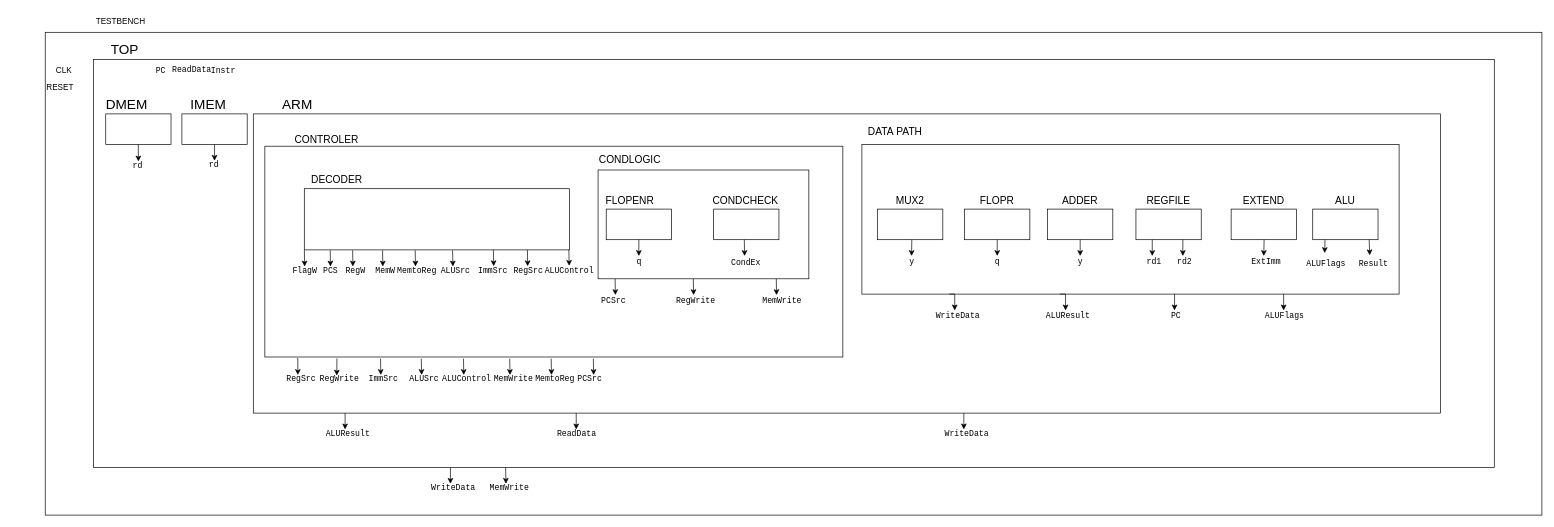
Lucas2408/ACSE keeps this draw.io diagram as ACSE.drawio. Above is the earlier version. Source tidied: cells renumbered, new cells numbered last; positions are measured from the earlier drawing's top-left corner, leaving out a move shared by most shapes. Both pictures are drawn from the tidied source at 68%, with x=0, y=0 at pixel (45, 12).
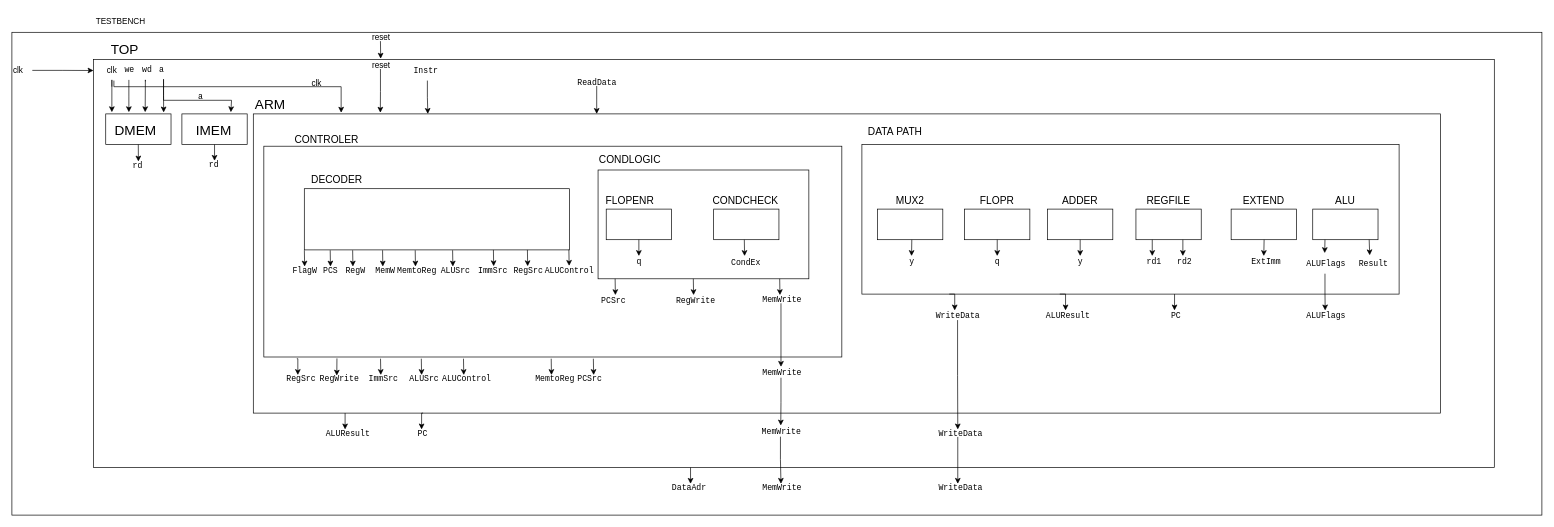
The same page after the edit.

Unchanged cells that the change refers to:
```xml
<mxCell id="3" style="rounded=0;whiteSpace=wrap;html=1;" parent="1" vertex="1">
  <mxGeometry x="71" y="70" width="2060" height="600" as="geometry" />
</mxCell>
<mxCell id="8" style="rounded=0;whiteSpace=wrap;html=1;" parent="1" vertex="1">
  <mxGeometry x="306" y="150" width="1746" height="440" as="geometry" />
</mxCell>
<mxCell id="19" style="rounded=0;whiteSpace=wrap;html=1;" parent="1" vertex="1">
  <mxGeometry x="1201" y="195" width="790" height="220" as="geometry" />
</mxCell>
<mxCell id="117" value="&lt;code&gt;WriteData&lt;/code&gt;" style="text;html=1;align=left;verticalAlign=middle;whiteSpace=wrap;rounded=0;" parent="1" vertex="1">
  <mxGeometry x="1307.5" y="439" width="60" height="16" as="geometry" />
</mxCell>
```

The edit, as a diff of the source:
```diff
@@
     <mxCell id="2" style="rounded=0;whiteSpace=wrap;html=1;align=left;" parent="1" vertex="1">
-      <mxGeometry y="30" width="2201" height="710" as="geometry" />
+      <mxGeometry x="-49" y="30" width="2250" height="710" as="geometry" />
     </mxCell>
@@
-    <mxCell id="5" value="CLK" style="text;html=1;align=left;verticalAlign=middle;whiteSpace=wrap;rounded=0;" parent="1" vertex="1">
-      <mxGeometry x="14" y="71" width="30" height="30" as="geometry" />
+    <mxCell id="5" value="clk" style="text;html=1;align=left;verticalAlign=middle;whiteSpace=wrap;rounded=0;" parent="1" vertex="1">
+      <mxGeometry x="-49" y="71" width="30" height="30" as="geometry" />
     </mxCell>
@@
-    <mxCell id="7" value="RESET" style="text;html=1;align=left;verticalAlign=middle;whiteSpace=wrap;rounded=0;" parent="1" vertex="1">
-      <mxGeometry y="96" width="44" height="30" as="geometry" />
+    <mxCell id="7" value="reset" style="text;html=1;align=left;verticalAlign=middle;whiteSpace=wrap;rounded=0;" parent="1" vertex="1">
+      <mxGeometry x="479" y="33" width="28" height="10" as="geometry" />
     </mxCell>
@@
-    <mxCell id="11" value="&lt;code&gt;PC&lt;/code&gt;" style="text;html=1;align=left;verticalAlign=middle;whiteSpace=wrap;rounded=0;" parent="1" vertex="1">
-      <mxGeometry x="161" y="71" width="30" height="30" as="geometry" />
-    </mxCell>
     <mxCell id="12" value="&lt;span style=&quot;font-family: monospace;&quot;&gt;Instr&lt;/span&gt;" style="text;html=1;align=left;verticalAlign=middle;whiteSpace=wrap;rounded=0;" parent="1" vertex="1">
-      <mxGeometry x="242" y="71" width="44" height="30" as="geometry" />
+      <mxGeometry x="540" y="71" width="44" height="30" as="geometry" />
     </mxCell>
+    <mxCell id="123" style="edgeStyle=orthogonalEdgeStyle;rounded=0;jettySize=auto;html=1;entryX=0.25;entryY=0;entryDx=0;entryDy=0;exitX=0.5;exitY=1;exitDx=0;exitDy=0;" parent="1" edge="1" source="13">
+      <mxGeometry relative="1" as="geometry">
+        <mxPoint x="123" y="147.5" as="targetPoint" />
+      </mxGeometry>
+    </mxCell>
-    <mxCell id="13" value="&lt;code&gt;ReadData&lt;/code&gt;" style="text;html=1;align=left;verticalAlign=middle;whiteSpace=wrap;rounded=0;" parent="1" vertex="1">
-      <mxGeometry x="185" y="70" width="44" height="30" as="geometry" />
+    <mxCell id="13" value="&lt;code&gt;we&lt;/code&gt;" style="text;html=1;align=left;verticalAlign=middle;whiteSpace=wrap;rounded=0;" parent="1" vertex="1">
+      <mxGeometry x="115" y="70" width="16" height="30" as="geometry" />
     </mxCell>
     <mxCell id="14" value="DMEM" style="text;html=1;align=center;verticalAlign=middle;whiteSpace=wrap;rounded=0;fontSize=20;" parent="1" vertex="1">
-      <mxGeometry x="71" y="110" width="98" height="50" as="geometry" />
+      <mxGeometry x="81" y="147.5" width="104" height="50" as="geometry" />
     </mxCell>
     <mxCell id="15" value="IMEM" style="text;html=1;align=center;verticalAlign=middle;whiteSpace=wrap;rounded=0;fontSize=20;" parent="1" vertex="1">
-      <mxGeometry x="191" y="110" width="98" height="50" as="geometry" />
+      <mxGeometry x="199" y="147.5" width="98" height="50" as="geometry" />
     </mxCell>
     <mxCell id="16" value="ARM" style="text;html=1;align=center;verticalAlign=middle;whiteSpace=wrap;rounded=0;fontSize=20;" parent="1" vertex="1">
-      <mxGeometry x="321.5" y="110" width="98" height="50" as="geometry" />
+      <mxGeometry x="281.5" y="110" width="98" height="50" as="geometry" />
     </mxCell>
     <mxCell id="17" style="rounded=0;whiteSpace=wrap;html=1;" parent="1" vertex="1">
-      <mxGeometry x="323" y="197.5" width="850" height="310" as="geometry" />
+      <mxGeometry x="321.5" y="197.5" width="850" height="310" as="geometry" />
     </mxCell>
@@
+    <mxCell id="124" style="edgeStyle=orthogonalEdgeStyle;rounded=0;jettySize=auto;html=1;" parent="1" edge="1" source="41" target="111">
+      <mxGeometry relative="1" as="geometry" />
+    </mxCell>
     <mxCell id="41" value="&lt;code&gt;ALUFlags&lt;/code&gt;" style="text;html=1;align=left;verticalAlign=middle;whiteSpace=wrap;rounded=0;" parent="1" vertex="1">
-      <mxGeometry x="1853" y="355" width="30" height="30" as="geometry" />
+      <mxGeometry x="1853" y="355" width="58" height="30" as="geometry" />
     </mxCell>
@@
     <mxCell id="65" value="&lt;code&gt;WriteData&lt;/code&gt;" style="text;html=1;align=left;verticalAlign=middle;whiteSpace=wrap;rounded=0;" parent="1" vertex="1">
-      <mxGeometry x="1321" y="614" width="60" height="11" as="geometry" />
+      <mxGeometry x="1312" y="614" width="60" height="11" as="geometry" />
     </mxCell>
-    <mxCell id="66" style="edgeStyle=orthogonalEdgeStyle;rounded=0;orthogonalLoop=1;jettySize=auto;html=1;entryX=0.5;entryY=0;entryDx=0;entryDy=0;" parent="1" edge="1">
-      <mxGeometry relative="1" as="geometry">
-        <mxPoint x="1350.9" y="590" as="sourcePoint" />
-        <mxPoint x="1350.9" y="614" as="targetPoint" />
-      </mxGeometry>
+    <mxCell id="66" style="edgeStyle=orthogonalEdgeStyle;rounded=0;jettySize=auto;html=1;exitX=0.57;exitY=0.888;exitDx=0;exitDy=0;exitPerimeter=0;" parent="1" edge="1" source="117" target="65">
+      <mxGeometry relative="1" as="geometry" />
     </mxCell>
-    <mxCell id="67" style="edgeStyle=orthogonalEdgeStyle;rounded=0;orthogonalLoop=1;jettySize=auto;html=1;entryX=0.5;entryY=0;entryDx=0;entryDy=0;" parent="1" edge="1">
-      <mxGeometry relative="1" as="geometry">
-        <mxPoint x="780.9" y="590" as="sourcePoint" />
-        <mxPoint x="780.9" y="614" as="targetPoint" />
-      </mxGeometry>
-    </mxCell>
-    <mxCell id="68" value="&lt;code&gt;ReadData&lt;/code&gt;" style="text;html=1;align=left;verticalAlign=middle;whiteSpace=wrap;rounded=0;" parent="1" vertex="1">
-      <mxGeometry x="751" y="614" width="60" height="11" as="geometry" />
-    </mxCell>
@@
     <mxCell id="79" value="&lt;code&gt;MemWrite&lt;/code&gt;" style="text;html=1;align=left;verticalAlign=middle;whiteSpace=wrap;rounded=0;" parent="1" vertex="1">
-      <mxGeometry x="658" y="534" width="58" height="11" as="geometry" />
+      <mxGeometry x="1053" y="522" width="58" height="16" as="geometry" />
     </mxCell>
-    <mxCell id="80" style="edgeStyle=orthogonalEdgeStyle;rounded=0;orthogonalLoop=1;jettySize=auto;html=1;exitX=0.486;exitY=1;exitDx=0;exitDy=0;exitPerimeter=0;" parent="1" edge="1">
-      <mxGeometry relative="1" as="geometry">
-        <mxPoint x="683.1" y="510" as="sourcePoint" />
-        <mxPoint x="683.5" y="534" as="targetPoint" />
-      </mxGeometry>
-    </mxCell>
@@
+    <mxCell id="125" style="edgeStyle=orthogonalEdgeStyle;rounded=0;jettySize=auto;html=1;" parent="1" edge="1" source="107" target="79">
+      <mxGeometry relative="1" as="geometry" />
+    </mxCell>
     <mxCell id="107" value="&lt;code&gt;MemWrite&lt;/code&gt;" style="text;html=1;align=left;verticalAlign=middle;whiteSpace=wrap;rounded=0;" parent="1" vertex="1">
-      <mxGeometry x="1053" y="419.5" width="40" height="11" as="geometry" />
+      <mxGeometry x="1053" y="417.5" width="58" height="11" as="geometry" />
     </mxCell>
     <mxCell id="108" style="edgeStyle=orthogonalEdgeStyle;rounded=0;orthogonalLoop=1;jettySize=auto;html=1;exitX=0.486;exitY=1;exitDx=0;exitDy=0;exitPerimeter=0;" parent="1" edge="1">
       <mxGeometry relative="1" as="geometry">
-        <mxPoint x="1075.1" y="392.5" as="sourcePoint" />
-        <mxPoint x="1075.5" y="416.5" as="targetPoint" />
+        <mxPoint x="1080.1" y="392.5" as="sourcePoint" />
+        <mxPoint x="1080.5" y="416.5" as="targetPoint" />
       </mxGeometry>
     </mxCell>
@@
     <mxCell id="111" value="&lt;code&gt;ALUFlags&lt;/code&gt;" style="text;html=1;align=left;verticalAlign=middle;whiteSpace=wrap;rounded=0;" parent="1" vertex="1">
-      <mxGeometry x="1791.5" y="439" width="59.5" height="16" as="geometry" />
+      <mxGeometry x="1852.5" y="439" width="59.5" height="16" as="geometry" />
     </mxCell>
-    <mxCell id="112" style="edgeStyle=orthogonalEdgeStyle;rounded=0;jettySize=auto;html=1;entryX=0.5;entryY=0;entryDx=0;entryDy=0;exitX=0.785;exitY=1;exitDx=0;exitDy=0;exitPerimeter=0;" parent="1" edge="1" source="19" target="111">
-      <mxGeometry relative="1" as="geometry" />
-    </mxCell>
@@
-    <mxCell id="119" style="edgeStyle=orthogonalEdgeStyle;rounded=0;orthogonalLoop=1;jettySize=auto;html=1;exitX=0.486;exitY=1;exitDx=0;exitDy=0;exitPerimeter=0;" parent="1" edge="1">
-      <mxGeometry relative="1" as="geometry">
-        <mxPoint x="677.1" y="670" as="sourcePoint" />
-        <mxPoint x="677.5" y="694" as="targetPoint" />
-      </mxGeometry>
-    </mxCell>
     <mxCell id="120" value="&lt;code&gt;MemWrite&lt;/code&gt;" style="text;html=1;align=left;verticalAlign=middle;whiteSpace=wrap;rounded=0;" parent="1" vertex="1">
-      <mxGeometry x="652" y="694" width="58" height="11" as="geometry" />
+      <mxGeometry x="1053" y="694" width="58" height="11" as="geometry" />
     </mxCell>
     <mxCell id="121" value="&lt;code&gt;WriteData&lt;/code&gt;" style="text;html=1;align=left;verticalAlign=middle;whiteSpace=wrap;rounded=0;" parent="1" vertex="1">
-      <mxGeometry x="566" y="694" width="60" height="11" as="geometry" />
+      <mxGeometry x="1312" y="694" width="60" height="11" as="geometry" />
     </mxCell>
-    <mxCell id="122" style="edgeStyle=orthogonalEdgeStyle;rounded=0;orthogonalLoop=1;jettySize=auto;html=1;entryX=0.5;entryY=0;entryDx=0;entryDy=0;" parent="1" edge="1">
-      <mxGeometry relative="1" as="geometry">
-        <mxPoint x="595.9" y="670" as="sourcePoint" />
-        <mxPoint x="595.9" y="694" as="targetPoint" />
-      </mxGeometry>
+    <mxCell id="122" style="edgeStyle=orthogonalEdgeStyle;rounded=0;jettySize=auto;html=1;entryX=0.5;entryY=0;entryDx=0;entryDy=0;" parent="1" edge="1" source="65" target="121">
+      <mxGeometry relative="1" as="geometry" />
     </mxCell>
+    <mxCell id="126" style="edgeStyle=orthogonalEdgeStyle;rounded=0;jettySize=auto;html=1;exitX=0.504;exitY=1.244;exitDx=0;exitDy=0;exitPerimeter=0;" parent="1" edge="1" source="127" target="120">
+      <mxGeometry relative="1" as="geometry" />
+    </mxCell>
+    <mxCell id="127" value="&lt;code&gt;MemWrite&lt;/code&gt;" style="text;html=1;align=left;verticalAlign=middle;whiteSpace=wrap;rounded=0;" parent="1" vertex="1">
+      <mxGeometry x="1052" y="611" width="58" height="11" as="geometry" />
+    </mxCell>
+    <mxCell id="128" style="edgeStyle=orthogonalEdgeStyle;rounded=0;jettySize=auto;html=1;exitX=0.5;exitY=1;exitDx=0;exitDy=0;entryX=0.512;entryY=-0.252;entryDx=0;entryDy=0;entryPerimeter=0;" parent="1" edge="1" source="79" target="127">
+      <mxGeometry relative="1" as="geometry" />
+    </mxCell>
+    <mxCell id="129" style="edgeStyle=orthogonalEdgeStyle;rounded=0;jettySize=auto;html=1;exitX=0.5;exitY=1;exitDx=0;exitDy=0;" parent="1" edge="1" source="130">
+      <mxGeometry relative="1" as="geometry">
+        <mxPoint x="273" y="147.5" as="targetPoint" />
+        <Array as="points">
+          <mxPoint x="174" y="130" />
+          <mxPoint x="274" y="130" />
+          <mxPoint x="274" y="148" />
+        </Array>
+      </mxGeometry>
+    </mxCell>
+    <mxCell id="130" value="&lt;code&gt;a&lt;/code&gt;" style="text;html=1;align=left;verticalAlign=middle;whiteSpace=wrap;rounded=0;" parent="1" vertex="1">
+      <mxGeometry x="166" y="70" width="16" height="29" as="geometry" />
+    </mxCell>
+    <mxCell id="131" style="edgeStyle=orthogonalEdgeStyle;rounded=0;jettySize=auto;html=1;exitX=1;exitY=0.5;exitDx=0;exitDy=0;entryX=0;entryY=0.027;entryDx=0;entryDy=0;entryPerimeter=0;" parent="1" edge="1" source="5" target="3">
+      <mxGeometry relative="1" as="geometry" />
+    </mxCell>
+    <mxCell id="132" style="edgeStyle=orthogonalEdgeStyle;rounded=0;orthogonalLoop=1;jettySize=auto;html=1;entryX=0;entryY=0;entryDx=0;entryDy=0;" parent="1" edge="1">
+      <mxGeometry relative="1" as="geometry">
+        <mxPoint x="98" y="110" as="sourcePoint" />
+        <mxPoint x="98" y="147.5" as="targetPoint" />
+        <Array as="points">
+          <mxPoint x="98" y="100" />
+          <mxPoint x="98" y="100" />
+        </Array>
+      </mxGeometry>
+    </mxCell>
+    <mxCell id="133" value="clk" style="text;html=1;align=left;verticalAlign=middle;whiteSpace=wrap;rounded=0;" parent="1" vertex="1">
+      <mxGeometry x="89" y="71" width="18" height="30" as="geometry" />
+    </mxCell>
+    <mxCell id="134" style="edgeStyle=orthogonalEdgeStyle;rounded=0;jettySize=auto;html=1;exitX=0.396;exitY=1.089;exitDx=0;exitDy=0;entryX=0.75;entryY=0;entryDx=0;entryDy=0;exitPerimeter=0;" parent="1" edge="1" source="135">
+      <mxGeometry relative="1" as="geometry">
+        <mxPoint x="147" y="147.5" as="targetPoint" />
+        <Array as="points">
+          <mxPoint x="147" y="100" />
+          <mxPoint x="147" y="100" />
+        </Array>
+      </mxGeometry>
+    </mxCell>
+    <mxCell id="135" value="&lt;code&gt;wd&lt;/code&gt;" style="text;html=1;align=left;verticalAlign=middle;whiteSpace=wrap;rounded=0;" parent="1" vertex="1">
+      <mxGeometry x="141" y="69.5" width="16" height="30" as="geometry" />
+    </mxCell>
+    <mxCell id="136" style="edgeStyle=orthogonalEdgeStyle;rounded=0;jettySize=auto;html=1;exitX=0.5;exitY=1;exitDx=0;exitDy=0;entryX=0.896;entryY=0.007;entryDx=0;entryDy=0;entryPerimeter=0;" parent="1" edge="1" source="130" target="14">
+      <mxGeometry relative="1" as="geometry" />
+    </mxCell>
+    <mxCell id="137" value="&lt;code&gt;a&lt;/code&gt;" style="text;html=1;align=left;verticalAlign=middle;whiteSpace=wrap;rounded=0;" parent="1" vertex="1">
+      <mxGeometry x="223" y="110" width="16" height="29" as="geometry" />
+    </mxCell>
+    <mxCell id="138" style="edgeStyle=orthogonalEdgeStyle;rounded=0;jettySize=auto;html=1;entryX=0.074;entryY=-0.004;entryDx=0;entryDy=0;entryPerimeter=0;" parent="1" edge="1" target="8">
+      <mxGeometry relative="1" as="geometry">
+        <mxPoint x="101" y="101" as="sourcePoint" />
+        <Array as="points">
+          <mxPoint x="101" y="110" />
+          <mxPoint x="435" y="110" />
+        </Array>
+      </mxGeometry>
+    </mxCell>
+    <mxCell id="139" value="clk" style="text;html=1;align=left;verticalAlign=middle;whiteSpace=wrap;rounded=0;" parent="1" vertex="1">
+      <mxGeometry x="390" y="90" width="18" height="30" as="geometry" />
+    </mxCell>
+    <mxCell id="140" style="edgeStyle=orthogonalEdgeStyle;rounded=0;jettySize=auto;html=1;exitX=0.5;exitY=1;exitDx=0;exitDy=0;entryX=0.147;entryY=0;entryDx=0;entryDy=0;entryPerimeter=0;" parent="1" edge="1" source="12" target="8">
+      <mxGeometry relative="1" as="geometry" />
+    </mxCell>
+    <mxCell id="141" style="edgeStyle=orthogonalEdgeStyle;rounded=0;jettySize=auto;html=1;exitX=0.5;exitY=1;exitDx=0;exitDy=0;entryX=0.205;entryY=-0.002;entryDx=0;entryDy=0;entryPerimeter=0;" parent="1" edge="1" source="7" target="3">
+      <mxGeometry relative="1" as="geometry" />
+    </mxCell>
+    <mxCell id="142" value="reset" style="text;html=1;align=left;verticalAlign=middle;whiteSpace=wrap;rounded=0;" parent="1" vertex="1">
+      <mxGeometry x="479" y="74" width="28" height="10" as="geometry" />
+    </mxCell>
+    <mxCell id="143" style="edgeStyle=orthogonalEdgeStyle;rounded=0;jettySize=auto;html=1;exitX=0.5;exitY=1;exitDx=0;exitDy=0;entryX=0.107;entryY=-0.004;entryDx=0;entryDy=0;entryPerimeter=0;" parent="1" edge="1" source="142" target="8">
+      <mxGeometry relative="1" as="geometry" />
+    </mxCell>
+    <mxCell id="11" value="&lt;code&gt;PC&lt;/code&gt;" style="text;html=1;align=left;verticalAlign=middle;whiteSpace=wrap;rounded=0;" parent="1" vertex="1">
+      <mxGeometry x="546" y="614" width="15" height="11" as="geometry" />
+    </mxCell>
+    <mxCell id="144" style="edgeStyle=orthogonalEdgeStyle;rounded=0;jettySize=auto;html=1;entryX=0.5;entryY=0;entryDx=0;entryDy=0;exitX=0.143;exitY=1;exitDx=0;exitDy=0;exitPerimeter=0;" parent="1" edge="1" source="8" target="11">
+      <mxGeometry relative="1" as="geometry" />
+    </mxCell>
+    <mxCell id="68" value="&lt;code&gt;ReadData&lt;/code&gt;" style="text;html=1;align=left;verticalAlign=middle;whiteSpace=wrap;rounded=0;" parent="1" vertex="1">
+      <mxGeometry x="781" y="98" width="60" height="11" as="geometry" />
+    </mxCell>
+    <mxCell id="145" style="edgeStyle=orthogonalEdgeStyle;rounded=0;jettySize=auto;html=1;exitX=0.5;exitY=1;exitDx=0;exitDy=0;" parent="1" edge="1" source="68">
+      <mxGeometry relative="1" as="geometry">
+        <mxPoint x="811" y="150" as="targetPoint" />
+      </mxGeometry>
+    </mxCell>
+    <mxCell id="146" value="&lt;code&gt;DataAdr&lt;/code&gt;" style="text;html=1;align=left;verticalAlign=middle;whiteSpace=wrap;rounded=0;" parent="1" vertex="1">
+      <mxGeometry x="920" y="694" width="58" height="11" as="geometry" />
+    </mxCell>
+    <mxCell id="147" style="edgeStyle=orthogonalEdgeStyle;rounded=0;jettySize=auto;html=1;entryX=0.5;entryY=0;entryDx=0;entryDy=0;exitX=0.426;exitY=1;exitDx=0;exitDy=0;exitPerimeter=0;" parent="1" edge="1" source="3" target="146">
+      <mxGeometry relative="1" as="geometry">
+        <Array as="points">
+          <mxPoint x="949" y="694" />
+        </Array>
+      </mxGeometry>
+    </mxCell>
```
